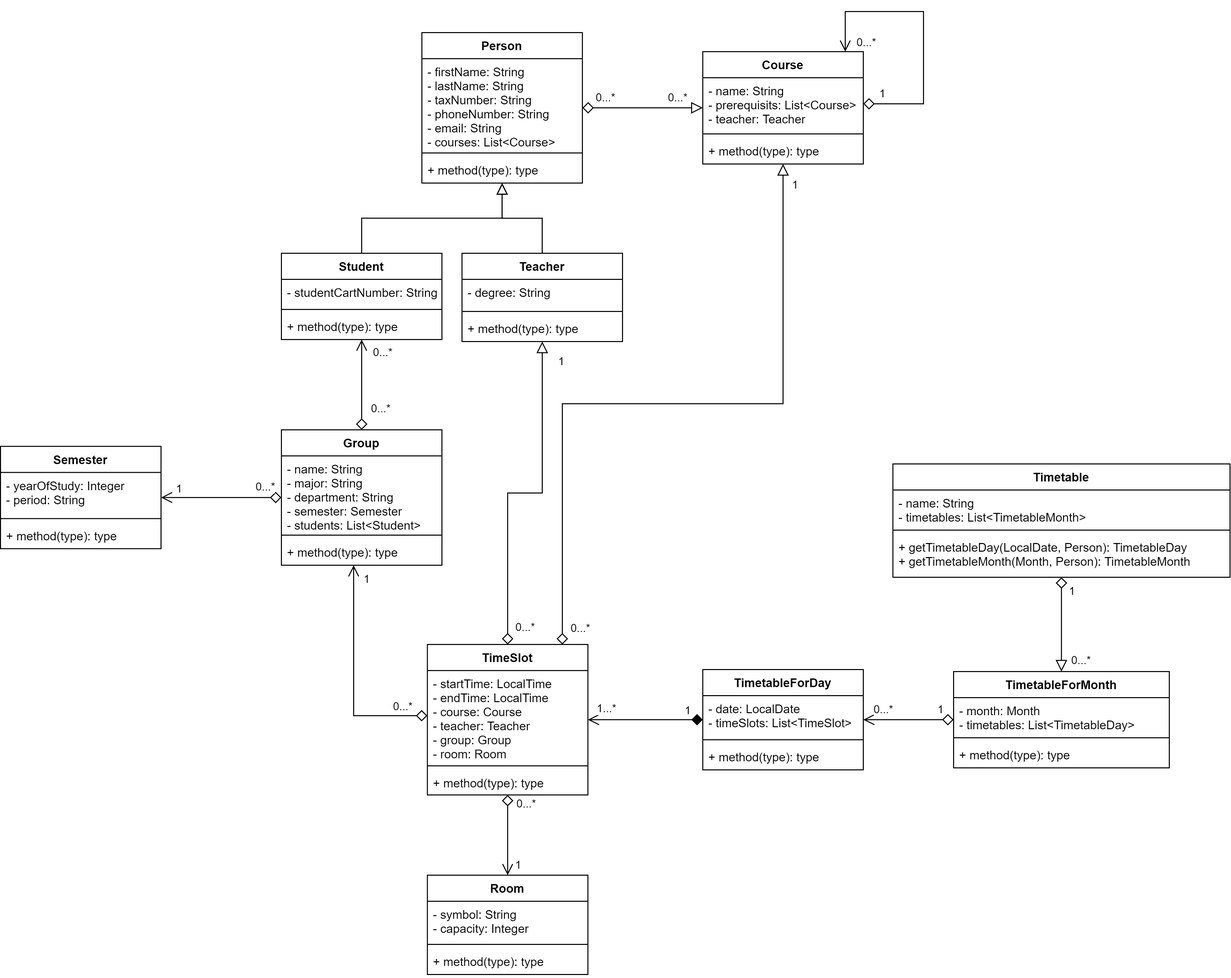
Before: university-timetable.png, a diagram exported from draw.io (SShkut/universityTimetable). Source tidied: cells renumbered, new cells last; positions are measured from the earlier drawing's top-left corner, leaving out a move shared by most shapes.
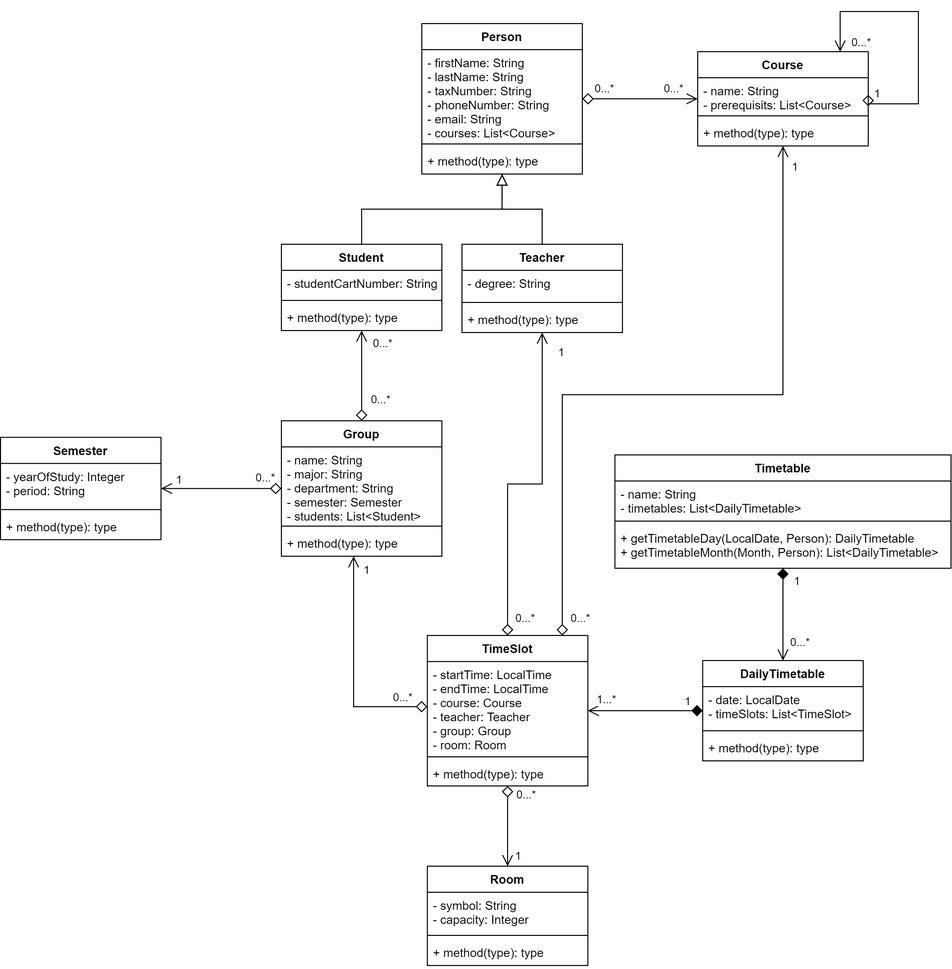
The same file after the commit.

Commit message:
correct diargram according to requirements

The edit, as a diff of the source:
```diff
@@ -2,31 +2,19 @@
   <root>
     <mxCell id="0" />
     <mxCell id="1" parent="0" />
-    <mxCell id="2" style="edgeStyle=orthogonalEdgeStyle;rounded=0;jettySize=auto;html=1;startArrow=diamond;startFill=0;startSize=9;endArrow=open;endFill=0;endSize=9;" parent="1" edge="1" source="5" target="12">
+    <mxCell id="2" style="edgeStyle=orthogonalEdgeStyle;rounded=0;jettySize=auto;html=1;startArrow=diamond;startFill=1;startSize=9;endArrow=open;endFill=0;endSize=9;" parent="1" edge="1" source="63" target="12">
       <mxGeometry relative="1" as="geometry" />
     </mxCell>
     <mxCell id="3" value="1" style="edgeLabel;html=1;align=center;verticalAlign=middle;" parent="2" vertex="1">
       <mxGeometry x="-0.69" y="-1" relative="1" as="geometry">
-        <mxPoint y="-10" as="offset" />
+        <mxPoint x="14" y="-2" as="offset" />
       </mxGeometry>
     </mxCell>
     <mxCell id="4" value="0...*" style="edgeLabel;html=1;align=center;verticalAlign=middle;" parent="2" vertex="1">
       <mxGeometry x="0.8" y="-1" relative="1" as="geometry">
-        <mxPoint x="10" y="-10" as="offset" />
+        <mxPoint x="17" y="-10" as="offset" />
       </mxGeometry>
     </mxCell>
-    <mxCell id="5" value="TimetableForMonth" style="swimlane;fontStyle=1;align=center;verticalAlign=top;horizontal=1;startSize=26;" parent="1" vertex="1">
-      <mxGeometry x="950" y="658" width="215" height="96" as="geometry" />
-    </mxCell>
-    <mxCell id="6" value="- month: Month&#10;- timetables: List&lt;TimetableDay&gt;" style="text;strokeColor=none;fillColor=none;align=left;verticalAlign=top;spacingLeft=4;spacingRight=4;overflow=hidden;" parent="5" vertex="1">
-      <mxGeometry y="26" width="215" height="36" as="geometry" />
-    </mxCell>
-    <mxCell id="7" style="line;strokeWidth=1;fillColor=none;align=left;verticalAlign=middle;spacingTop=-1;spacingLeft=3;spacingRight=3;labelPosition=right;" parent="5" vertex="1">
-      <mxGeometry y="62" width="215" height="8" as="geometry" />
-    </mxCell>
-    <mxCell id="8" value="+ method(type): type" style="text;strokeColor=none;fillColor=none;align=left;verticalAlign=top;spacingLeft=4;spacingRight=4;overflow=hidden;" parent="5" vertex="1">
-      <mxGeometry y="70" width="215" height="26" as="geometry" />
-    </mxCell>
     <mxCell id="9" style="edgeStyle=orthogonalEdgeStyle;rounded=0;jettySize=auto;html=1;startArrow=diamond;startFill=1;startSize=9;endArrow=open;endFill=0;endSize=9;" parent="1" edge="1" source="12" target="28">
       <mxGeometry relative="1" as="geometry" />
     </mxCell>
@@ -40,7 +28,7 @@
         <mxPoint y="-10" as="offset" />
       </mxGeometry>
     </mxCell>
-    <mxCell id="12" value="TimetableForDay" style="swimlane;fontStyle=1;align=center;verticalAlign=top;horizontal=1;startSize=26;" parent="1" vertex="1">
+    <mxCell id="12" value="DailyTimetable" style="swimlane;fontStyle=1;align=center;verticalAlign=top;horizontal=1;startSize=26;" parent="1" vertex="1">
       <mxGeometry x="700" y="656" width="160" height="100" as="geometry" />
     </mxCell>
     <mxCell id="13" value="- date: LocalDate&#10;- timeSlots: List&lt;TimeSlot&gt;" style="text;strokeColor=none;fillColor=none;align=left;verticalAlign=top;spacingLeft=4;spacingRight=4;overflow=hidden;" parent="12" vertex="1">
@@ -82,7 +70,7 @@
         <mxPoint x="10" as="offset" />
       </mxGeometry>
     </mxCell>
-    <mxCell id="22" style="edgeStyle=orthogonalEdgeStyle;rounded=0;jettySize=auto;html=1;startArrow=diamond;startFill=0;startSize=9;endArrow=block;endFill=0;endSize=9;" parent="1" edge="1" source="28" target="52">
+    <mxCell id="22" style="edgeStyle=orthogonalEdgeStyle;rounded=0;jettySize=auto;html=1;startArrow=diamond;startFill=0;startSize=9;endArrow=open;endFill=0;endSize=9;" parent="1" edge="1" source="28" target="52">
       <mxGeometry relative="1" as="geometry" />
     </mxCell>
     <mxCell id="23" value="0...*" style="edgeLabel;html=1;align=center;verticalAlign=middle;" parent="22" vertex="1">
@@ -95,7 +83,7 @@
         <mxPoint x="20" as="offset" />
       </mxGeometry>
     </mxCell>
-    <mxCell id="25" style="edgeStyle=orthogonalEdgeStyle;rounded=0;jettySize=auto;html=1;startArrow=diamond;startFill=0;startSize=9;endArrow=block;endFill=0;endSize=9;" parent="1" edge="1" source="28" target="74">
+    <mxCell id="25" style="edgeStyle=orthogonalEdgeStyle;rounded=0;jettySize=auto;html=1;startArrow=diamond;startFill=0;startSize=9;endArrow=open;endFill=0;endSize=9;" parent="1" edge="1" source="28" target="74">
       <mxGeometry relative="1" as="geometry">
         <Array as="points">
           <mxPoint x="560" y="391" />
@@ -217,32 +205,7 @@
     <mxCell id="59" value="+ method(type): type" style="text;strokeColor=none;fillColor=none;align=left;verticalAlign=top;spacingLeft=4;spacingRight=4;overflow=hidden;" parent="56" vertex="1">
       <mxGeometry y="73" width="160" height="26" as="geometry" />
     </mxCell>
-    <mxCell id="60" style="edgeStyle=orthogonalEdgeStyle;rounded=0;jettySize=auto;html=1;startArrow=diamond;startFill=0;startSize=9;endArrow=block;endFill=0;endSize=9;" parent="1" edge="1" source="63" target="5">
-      <mxGeometry relative="1" as="geometry" />
-    </mxCell>
-    <mxCell id="61" value="1" style="edgeLabel;html=1;align=center;verticalAlign=middle;" parent="60" vertex="1">
-      <mxGeometry x="-0.58" y="-7" relative="1" as="geometry">
-        <mxPoint x="17" y="-7" as="offset" />
-      </mxGeometry>
-    </mxCell>
-    <mxCell id="62" value="0...*" style="edgeLabel;html=1;align=center;verticalAlign=middle;" parent="60" vertex="1">
-      <mxGeometry x="0.74" y="-1" relative="1" as="geometry">
-        <mxPoint x="20" as="offset" />
-      </mxGeometry>
-    </mxCell>
-    <mxCell id="63" value="Timetable" style="swimlane;fontStyle=1;align=center;verticalAlign=top;horizontal=1;startSize=26;" parent="1" vertex="1">
-      <mxGeometry x="889.5" y="451" width="336" height="113" as="geometry" />
-    </mxCell>
-    <mxCell id="64" value="- name: String&#10;- timetables: List&lt;TimetableMonth&gt;" style="text;strokeColor=none;fillColor=none;align=left;verticalAlign=top;spacingLeft=4;spacingRight=4;overflow=hidden;" parent="63" vertex="1">
-      <mxGeometry y="26" width="336" height="36" as="geometry" />
-    </mxCell>
-    <mxCell id="65" style="line;strokeWidth=1;fillColor=none;align=left;verticalAlign=middle;spacingTop=-1;spacingLeft=3;spacingRight=3;labelPosition=right;" parent="63" vertex="1">
-      <mxGeometry y="62" width="336" height="8" as="geometry" />
-    </mxCell>
-    <mxCell id="66" value="+ getTimetableDay(LocalDate, Person): TimetableDay&#10;+ getTimetableMonth(Month, Person): TimetableMonth" style="text;strokeColor=none;fillColor=none;align=left;verticalAlign=top;spacingLeft=4;spacingRight=4;overflow=hidden;" parent="63" vertex="1">
-      <mxGeometry y="70" width="336" height="43" as="geometry" />
-    </mxCell>
-    <mxCell id="67" style="edgeStyle=orthogonalEdgeStyle;rounded=0;jettySize=auto;html=1;startArrow=diamond;startFill=0;startSize=9;endArrow=block;endFill=0;endSize=9;" parent="1" edge="1" source="70" target="74">
+    <mxCell id="67" style="edgeStyle=orthogonalEdgeStyle;rounded=0;jettySize=auto;html=1;startArrow=diamond;startFill=0;startSize=9;endArrow=open;endFill=0;endSize=9;" parent="1" edge="1" source="70" target="74">
       <mxGeometry relative="1" as="geometry" />
     </mxCell>
     <mxCell id="68" value="0...*" style="edgeLabel;html=1;align=center;verticalAlign=middle;" parent="67" vertex="1">
@@ -268,7 +231,7 @@
       <mxGeometry y="124" width="160" height="26" as="geometry" />
     </mxCell>
     <mxCell id="74" value="Course" style="swimlane;fontStyle=1;align=center;verticalAlign=top;horizontal=1;startSize=26;" parent="1" vertex="1">
-      <mxGeometry x="700" y="40" width="160" height="112" as="geometry" />
+      <mxGeometry x="695" y="49" width="170" height="94" as="geometry" />
     </mxCell>
     <mxCell id="75" style="edgeStyle=orthogonalEdgeStyle;rounded=0;jettySize=auto;html=1;startArrow=diamond;startFill=0;startSize=9;endArrow=open;endFill=0;endSize=9;exitX=1;exitY=0.5;exitDx=0;exitDy=0;" parent="74" edge="1" source="78" target="74">
       <mxGeometry relative="1" as="geometry">
@@ -289,14 +252,26 @@
         <mxPoint x="20" y="1" as="offset" />
       </mxGeometry>
     </mxCell>
-    <mxCell id="78" value="- name: String&#10;- prerequisits: List&lt;Course&gt;&#10;- teacher: Teacher" style="text;strokeColor=none;fillColor=none;align=left;verticalAlign=top;spacingLeft=4;spacingRight=4;overflow=hidden;points=[[0,0.5],[1,0.5]];portConstraint=eastwest;" parent="74" vertex="1">
-      <mxGeometry y="26" width="160" height="52" as="geometry" />
+    <mxCell id="78" value="- name: String&#10;- prerequisits: List&lt;Course&gt;" style="text;strokeColor=none;fillColor=none;align=left;verticalAlign=top;spacingLeft=4;spacingRight=4;overflow=hidden;points=[[0,0.5],[1,0.5]];portConstraint=eastwest;" parent="74" vertex="1">
+      <mxGeometry y="26" width="170" height="34" as="geometry" />
     </mxCell>
     <mxCell id="79" style="line;strokeWidth=1;fillColor=none;align=left;verticalAlign=middle;spacingTop=-1;spacingLeft=3;spacingRight=3;labelPosition=right;" parent="74" vertex="1">
-      <mxGeometry y="78" width="160" height="8" as="geometry" />
+      <mxGeometry y="60" width="170" height="8" as="geometry" />
     </mxCell>
     <mxCell id="80" value="+ method(type): type" style="text;strokeColor=none;fillColor=none;align=left;verticalAlign=top;spacingLeft=4;spacingRight=4;overflow=hidden;" parent="74" vertex="1">
-      <mxGeometry y="86" width="160" height="26" as="geometry" />
+      <mxGeometry y="68" width="170" height="26" as="geometry" />
     </mxCell>
+    <mxCell id="63" value="Timetable" style="swimlane;fontStyle=1;align=center;verticalAlign=top;horizontal=1;startSize=26;" parent="1" vertex="1">
+      <mxGeometry x="612.5" y="451" width="335" height="113" as="geometry" />
+    </mxCell>
+    <mxCell id="64" value="- name: String&#10;- timetables: List&lt;DailyTimetable&gt;" style="text;strokeColor=none;fillColor=none;align=left;verticalAlign=top;spacingLeft=4;spacingRight=4;overflow=hidden;" parent="63" vertex="1">
+      <mxGeometry y="26" width="335" height="36" as="geometry" />
+    </mxCell>
+    <mxCell id="65" style="line;strokeWidth=1;fillColor=none;align=left;verticalAlign=middle;spacingTop=-1;spacingLeft=3;spacingRight=3;labelPosition=right;" parent="63" vertex="1">
+      <mxGeometry y="62" width="335" height="8" as="geometry" />
+    </mxCell>
+    <mxCell id="66" value="+ getTimetableDay(LocalDate, Person): DailyTimetable&#10;+ getTimetableMonth(Month, Person): List&lt;DailyTimetable&gt;" style="text;strokeColor=none;fillColor=none;align=left;verticalAlign=top;spacingLeft=4;spacingRight=4;overflow=hidden;" parent="63" vertex="1">
+      <mxGeometry y="70" width="335" height="43" as="geometry" />
+    </mxCell>
   </root>
 </mxGraphModel>
```
